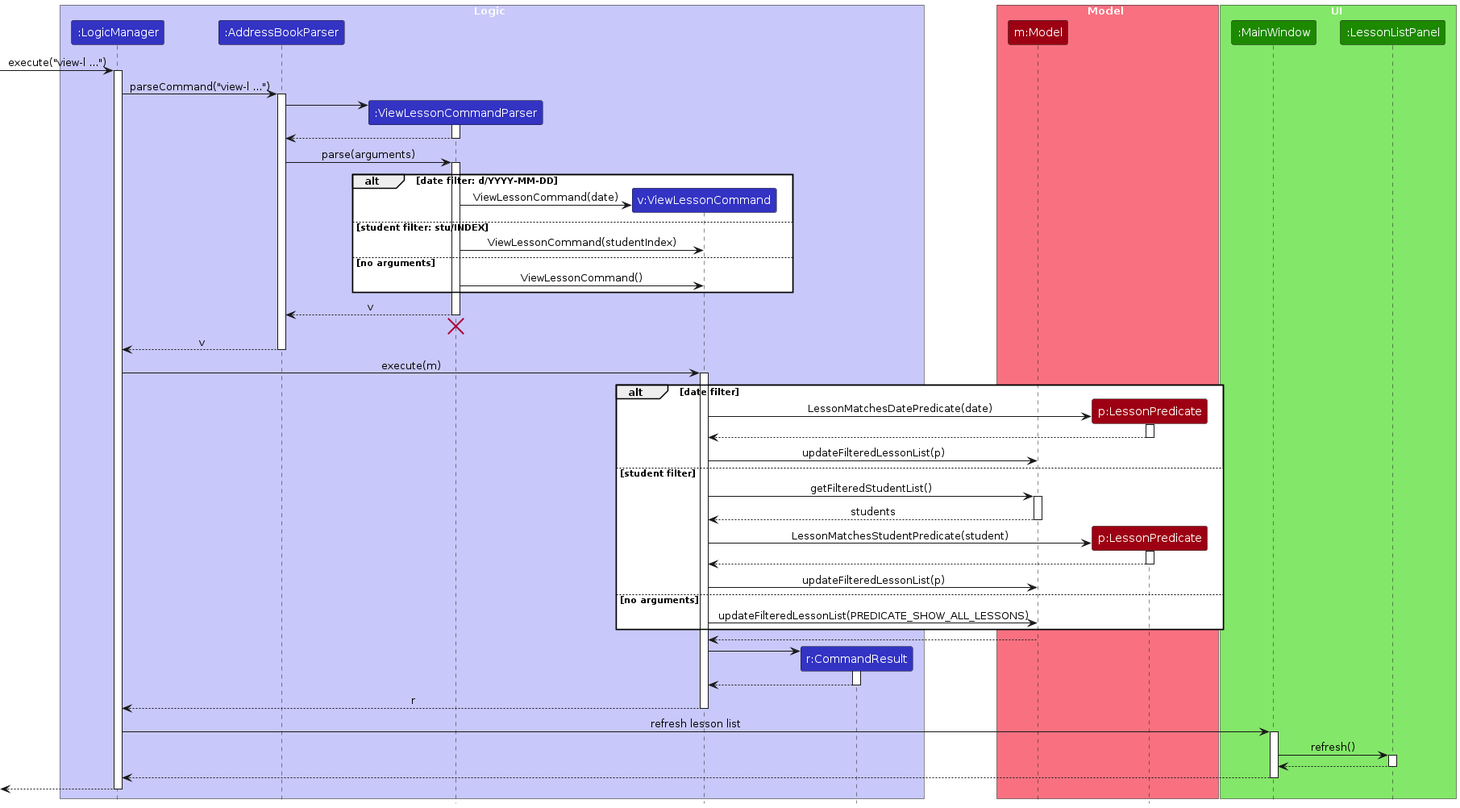
AY2627S1-CS2103T-T15-3/tp keeps this PlantUML diagram as diagrams/ViewLessonSequenceDiagram.png. Above is the earlier version. Its source is kept beside it as diagrams/ViewLessonSequenceDiagram.puml.
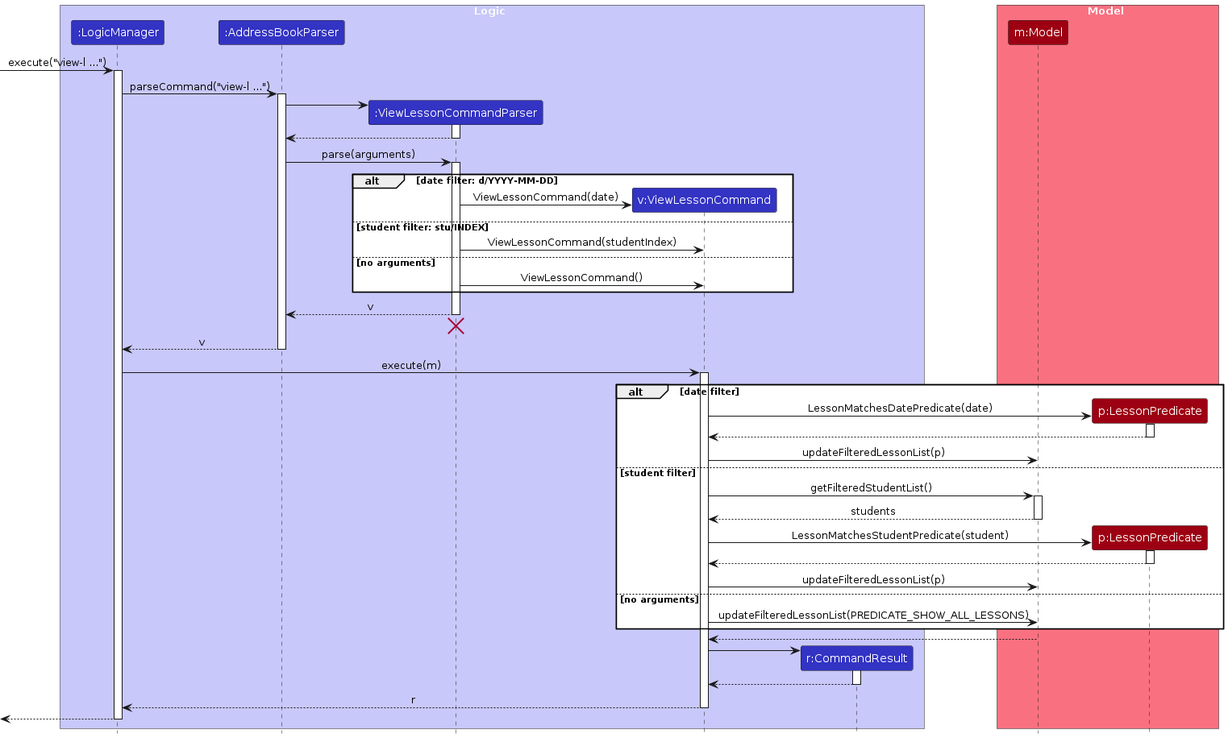
Later version of the same file.

Diff of the diagram source:
```diff
@@ -13,11 +13,6 @@
 box Model MODEL_COLOR_T1
 participant "m:Model" as Model MODEL_COLOR
 participant "p:LessonPredicate" as LessonPredicate MODEL_COLOR
-end box
-
-box UI UI_COLOR_T1
-participant ":MainWindow" as MainWindow UI_COLOR
-participant ":LessonListPanel" as LessonListPanel UI_COLOR
 end box
 
 [-> LogicManager : execute("view-l ...")
@@ -88,15 +83,6 @@
 ViewLessonCommand --> LogicManager : r
 deactivate ViewLessonCommand
 
-LogicManager -> MainWindow : refresh lesson list
-activate MainWindow
-MainWindow -> LessonListPanel : refresh()
-activate LessonListPanel
-LessonListPanel --> MainWindow
-deactivate LessonListPanel
-MainWindow --> LogicManager
-deactivate MainWindow
-
 [<--LogicManager
 deactivate LogicManager
 @enduml
```
